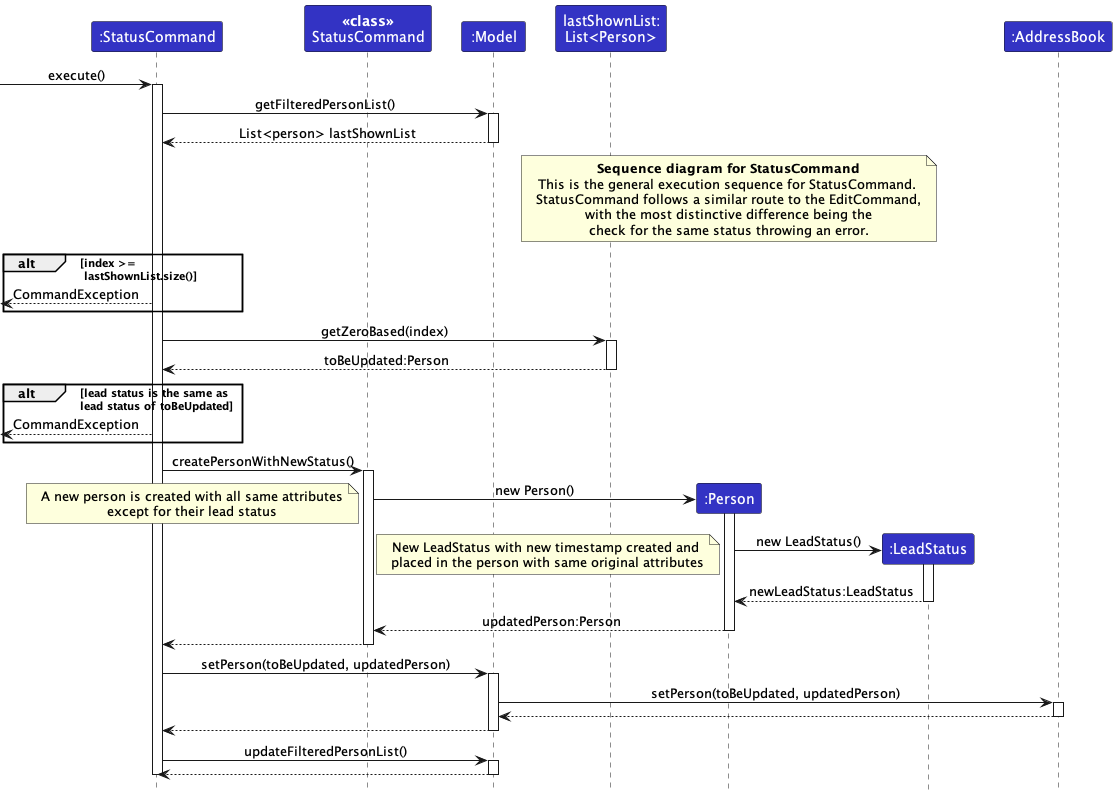
nus-cs2103-AY2223S2/tp keeps this PlantUML diagram as docs/images/StatusSequenceDiagram.png. Above is the earlier version.
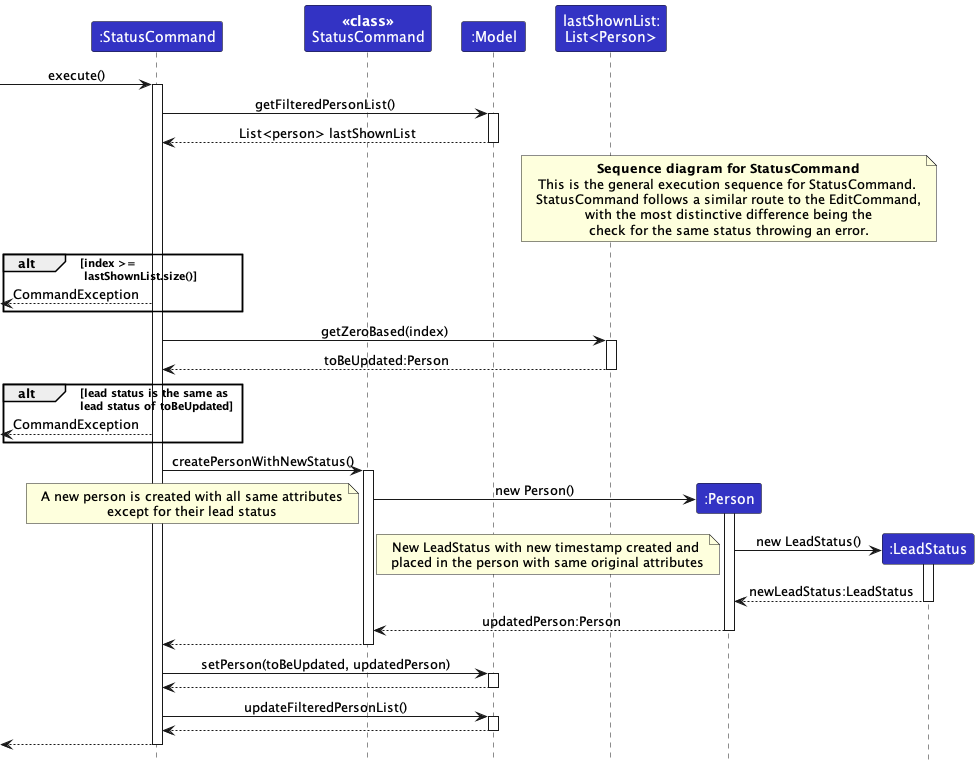
Later version of the same file.

The edit, as a diff of the source:
```diff
@@ -8,7 +8,7 @@
 participant "lastShownList:\nList<Person>" as List LOGIC_COLOR
 participant ":Person" as Person LOGIC_COLOR
 participant ":LeadStatus" as LeadStatus LOGIC_COLOR
-participant ":AddressBook" as AddressBook LOGIC_COLOR
+
 -> StatusCommand: execute()
 activate StatusCommand
 
@@ -53,10 +53,6 @@
 
 StatusCommand -> Model : setPerson(toBeUpdated, updatedPerson)
 activate Model
-Model -> AddressBook : setPerson(toBeUpdated, updatedPerson)
-activate AddressBook
-AddressBook --> Model
-deactivate AddressBook
 Model --> StatusCommand
 deactivate Model
 
@@ -65,6 +61,7 @@
 activate Model
 Model --> StatusCommand
 deactivate Model
+<-- StatusCommand
 deactivate StatusCommand
 
 box
```
